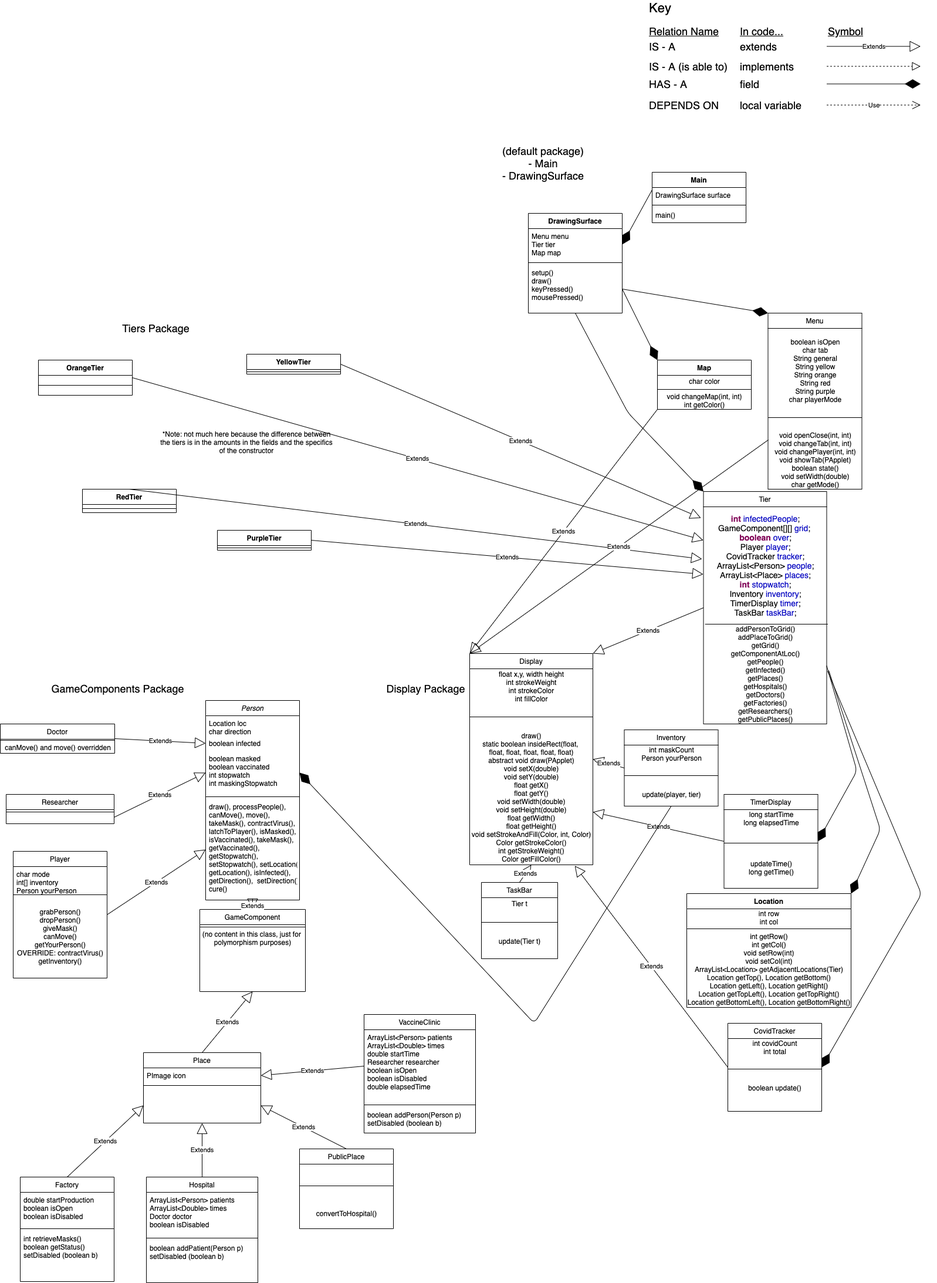
HHSAPCompSci2020/capstone-project-mask-on-capstone keeps this draw.io diagram as Mask On/doc/MaskOn!_UML.png. Above is the earlier version. Source tidied: cells renumbered, new cells last; positions are measured from the earlier drawing's top-left corner, leaving out a move shared by most shapes.
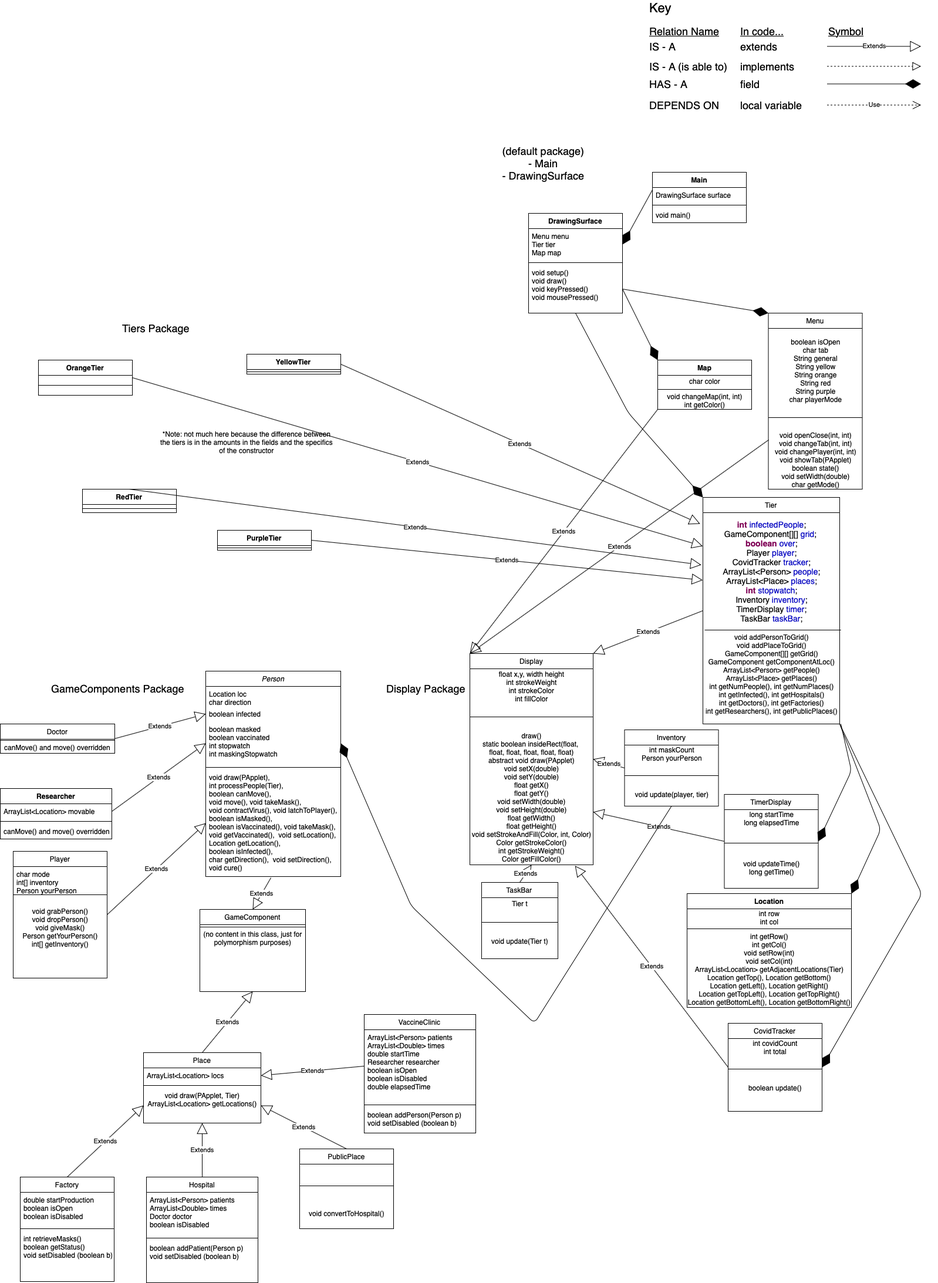
After the commit.

Commit message:
researcher moves randomly, updated uml

What changed in the source:
```diff
@@ -5,18 +5,18 @@
     <mxCell id="2" value="Person" style="swimlane;fontStyle=2;align=center;verticalAlign=top;horizontal=1;startSize=26;rounded=0;shadow=0;strokeWidth=1;" parent="1" vertex="1">
-      <mxGeometry x="350" y="1190" width="160" height="340" as="geometry" />
+      <mxGeometry x="350" y="1140" width="230" height="350" as="geometry" />
     </mxCell>
     <mxCell id="3" value="Location loc&#10;char direction" style="text;align=left;verticalAlign=top;spacingLeft=4;spacingRight=4;overflow=hidden;" parent="2" vertex="1">
-      <mxGeometry y="26" width="160" height="34" as="geometry" />
+      <mxGeometry y="26" width="230" height="34" as="geometry" />
     </mxCell>
     <mxCell id="4" value="boolean infected&#10;" style="text;align=left;verticalAlign=top;spacingLeft=4;spacingRight=4;overflow=hidden;points=[[0,0.5],[1,0.5]];portConstraint=eastwest;rounded=0;shadow=0;html=0;" parent="2" vertex="1">
-      <mxGeometry y="60" width="160" height="26" as="geometry" />
+      <mxGeometry y="60" width="230" height="26" as="geometry" />
     </mxCell>
     <mxCell id="5" value="boolean masked&#10;boolean vaccinated&#10;int stopwatch&#10;int maskingStopwatch&#10;" style="text;align=left;verticalAlign=top;spacingLeft=4;spacingRight=4;overflow=hidden;points=[[0,0.5],[1,0.5]];portConstraint=eastwest;rounded=0;shadow=0;html=0;" parent="2" vertex="1">
-      <mxGeometry y="86" width="160" height="74" as="geometry" />
+      <mxGeometry y="86" width="230" height="74" as="geometry" />
     </mxCell>
     <mxCell id="6" style="line;html=1;strokeWidth=1;align=left;verticalAlign=middle;spacingTop=-1;spacingLeft=3;spacingRight=3;labelPosition=right;" parent="2" vertex="1">
-      <mxGeometry y="160" width="160" height="8" as="geometry" />
+      <mxGeometry y="160" width="230" height="8" as="geometry" />
     </mxCell>
-    <mxCell id="7" value="draw(), processPeople(), &#10;canMove(), move(),&#10;takeMask(), contractVirus(),&#10;latchToPlayer(), isMasked(),&#10;isVaccinated(), takeMask(),&#10;getVaccinated(),&#10;getStopwatch(), &#10;setStopwatch(), setLocation(), &#10;getLocation(), isInfected(),&#10;getDirection(),  setDirection(), &#10;cure()&#10;" style="text;align=left;verticalAlign=top;spacingLeft=4;spacingRight=4;overflow=hidden;points=[[0,0.5],[1,0.5]];portConstraint=eastwest;" parent="2" vertex="1">
-      <mxGeometry y="168" width="160" height="172" as="geometry" />
+    <mxCell id="7" value="void draw(PApplet), &#10;int processPeople(Tier), &#10;boolean canMove(), &#10;void move(), void takeMask(), &#10;void contractVirus(), void latchToPlayer(),&#10;boolean isMasked(),&#10;boolean isVaccinated(), void takeMask(),&#10;void getVaccinated(),  void setLocation(), &#10;Location getLocation(), &#10;boolean isInfected(),&#10;char getDirection(),  void setDirection(), &#10;void cure()&#10;" style="text;align=left;verticalAlign=top;spacingLeft=4;spacingRight=4;overflow=hidden;points=[[0,0.5],[1,0.5]];portConstraint=eastwest;" parent="2" vertex="1">
+      <mxGeometry y="168" width="230" height="182" as="geometry" />
     </mxCell>
@@ -31,8 +31,2 @@
     </mxCell>
-    <mxCell id="11" value="Researcher" style="swimlane;fontStyle=0;align=center;verticalAlign=top;horizontal=1;startSize=26;rounded=0;shadow=0;strokeWidth=1;" parent="1" vertex="1">
-      <mxGeometry x="10" y="1350" width="184" height="50" as="geometry" />
-    </mxCell>
-    <mxCell id="12" style="line;html=1;strokeWidth=1;align=left;verticalAlign=middle;spacingTop=-1;spacingLeft=3;spacingRight=3;labelPosition=right;" parent="11" vertex="1">
-      <mxGeometry y="26" width="184" height="8" as="geometry" />
-    </mxCell>
     <mxCell id="13" value="Player" style="swimlane;fontStyle=0;align=center;verticalAlign=top;horizontal=1;startSize=26;rounded=0;shadow=0;strokeWidth=1;" parent="1" vertex="1">
@@ -46,4 +40,4 @@
     </mxCell>
-    <mxCell id="16" value="&lt;br&gt;grabPerson()&lt;br&gt;dropPerson()&lt;br&gt;giveMask()&lt;br&gt;canMove()&lt;br&gt;getYourPerson()&lt;br&gt;OVERRIDE: contractVirus()&lt;br&gt;getInventory()" style="text;html=1;align=center;verticalAlign=middle;strokeColor=none;" parent="13" vertex="1">
-      <mxGeometry y="78" width="160" height="120" as="geometry" />
+    <mxCell id="16" value="&lt;br&gt;void grabPerson()&lt;br&gt;void dropPerson()&lt;br&gt;void giveMask()&lt;br&gt;Person getYourPerson()&lt;br&gt;int[] getInventory()" style="text;html=1;align=center;verticalAlign=middle;strokeColor=none;" parent="13" vertex="1">
+      <mxGeometry y="78" width="160" height="90" as="geometry" />
     </mxCell>
@@ -124,6 +118,4 @@
     </mxCell>
-    <mxCell id="38" value="Extends" style="endArrow=block;endSize=16;endFill=0;html=1;exitX=1;exitY=0.5;exitDx=0;exitDy=0;entryX=0;entryY=0.5;entryDx=0;entryDy=0;" parent="1" edge="1" target="5">
-      <mxGeometry relative="1" as="geometry">
-        <mxPoint x="194" y="1389" as="sourcePoint" />
-      </mxGeometry>
+    <mxCell id="38" value="Extends" style="endArrow=block;endSize=16;endFill=0;html=1;exitX=1;exitY=0.5;exitDx=0;exitDy=0;entryX=0;entryY=0.5;entryDx=0;entryDy=0;" parent="1" edge="1" source="140" target="5">
+      <mxGeometry relative="1" as="geometry" />
     </mxCell>
@@ -138,3 +130,3 @@
     </mxCell>
-    <mxCell id="42" value="Extends" style="endArrow=block;endSize=16;endFill=0;html=1;exitX=0.5;exitY=1.024;exitDx=0;exitDy=0;entryX=0.5;entryY=0;entryDx=0;entryDy=0;exitPerimeter=0;" parent="1" edge="1" source="7" target="39">
+    <mxCell id="42" value="Extends" style="endArrow=block;endSize=16;endFill=0;html=1;entryX=0.5;entryY=0;entryDx=0;entryDy=0;exitX=0.483;exitY=1.011;exitDx=0;exitDy=0;exitPerimeter=0;" parent="1" edge="1" source="7" target="39">
       <mxGeometry relative="1" as="geometry" />
@@ -144,3 +136,3 @@
     </mxCell>
-    <mxCell id="44" value="PImage icon" style="text;align=left;verticalAlign=top;spacingLeft=4;spacingRight=4;overflow=hidden;points=[[0,0.5],[1,0.5]];portConstraint=eastwest;" parent="43" vertex="1">
+    <mxCell id="44" value="ArrayList&lt;Location&gt; locs" style="text;align=left;verticalAlign=top;spacingLeft=4;spacingRight=4;overflow=hidden;points=[[0,0.5],[1,0.5]];portConstraint=eastwest;" parent="43" vertex="1">
       <mxGeometry y="26" width="200" height="26" as="geometry" />
@@ -159,3 +151,3 @@
     </mxCell>
-    <mxCell id="49" value="boolean addPatient(Person p)&#10;setDisabled (boolean b)" style="text;align=left;verticalAlign=top;spacingLeft=4;spacingRight=4;overflow=hidden;" parent="46" vertex="1">
+    <mxCell id="49" value="boolean addPatient(Person p)&#10;void setDisabled (boolean b)" style="text;align=left;verticalAlign=top;spacingLeft=4;spacingRight=4;overflow=hidden;" parent="46" vertex="1">
       <mxGeometry y="108" width="190" height="44" as="geometry" />
@@ -171,3 +163,3 @@
     </mxCell>
-    <mxCell id="53" value="int retrieveMasks()&#10;boolean getStatus()&#10;setDisabled (boolean b)" style="text;align=left;verticalAlign=top;spacingLeft=4;spacingRight=4;overflow=hidden;" parent="50" vertex="1">
+    <mxCell id="53" value="int retrieveMasks()&#10;boolean getStatus()&#10;void setDisabled (boolean b)" style="text;align=left;verticalAlign=top;spacingLeft=4;spacingRight=4;overflow=hidden;" parent="50" vertex="1">
       <mxGeometry y="92" width="160" height="58" as="geometry" />
@@ -246,3 +238,3 @@
     </mxCell>
-    <mxCell id="78" value="update(player, tier)" style="text;html=1;align=center;verticalAlign=middle;strokeColor=none;" parent="75" vertex="1">
+    <mxCell id="78" value="void update(player, tier)" style="text;html=1;align=center;verticalAlign=middle;strokeColor=none;" parent="75" vertex="1">
       <mxGeometry y="100" width="160" height="20" as="geometry" />
@@ -250,9 +242,9 @@
     <mxCell id="79" value="Tier" style="swimlane;fontStyle=0;align=center;verticalAlign=top;horizontal=1;startSize=26;rounded=0;shadow=0;strokeWidth=1;" parent="1" vertex="1">
-      <mxGeometry x="1198.5" y="834" width="210" height="396" as="geometry" />
+      <mxGeometry x="1197" y="844" width="233" height="386" as="geometry" />
     </mxCell>
     <mxCell id="80" value="&lt;p class=&quot;p1&quot; style=&quot;margin: 0px ; font-stretch: normal ; line-height: normal ; color: rgb(0 , 0 , 192) ; font-size: 14px&quot;&gt;&lt;span class=&quot;s1&quot; style=&quot;color: rgb(127 , 0 , 85)&quot;&gt;&lt;b&gt;int&lt;/b&gt;&lt;/span&gt;&lt;span class=&quot;s2&quot; style=&quot;color: rgb(0 , 0 , 0)&quot;&gt; &lt;/span&gt;infectedPeople&lt;span class=&quot;s2&quot; style=&quot;color: rgb(0 , 0 , 0)&quot;&gt;;&lt;/span&gt;&lt;/p&gt;&lt;p class=&quot;p2&quot; style=&quot;margin: 0px ; font-stretch: normal ; line-height: normal ; color: rgb(63 , 127 , 95) ; font-size: 14px&quot;&gt;&lt;span class=&quot;s2&quot; style=&quot;color: rgb(0 , 0 , 0)&quot;&gt;GameComponent[][] &lt;/span&gt;&lt;span class=&quot;s3&quot; style=&quot;color: rgb(0 , 0 , 192)&quot;&gt;grid&lt;/span&gt;&lt;span class=&quot;s2&quot; style=&quot;color: rgb(0 , 0 , 0)&quot;&gt;;&amp;nbsp;&lt;/span&gt;&lt;/p&gt;&lt;p class=&quot;p3&quot; style=&quot;margin: 0px ; font-stretch: normal ; line-height: normal ; color: rgb(127 , 0 , 85) ; font-size: 14px&quot;&gt;&lt;b&gt;boolean&lt;/b&gt;&lt;span class=&quot;s2&quot; style=&quot;color: rgb(0 , 0 , 0)&quot;&gt; &lt;/span&gt;&lt;span class=&quot;s3&quot; style=&quot;color: rgb(0 , 0 , 192)&quot;&gt;over&lt;/span&gt;&lt;span class=&quot;s2&quot; style=&quot;color: rgb(0 , 0 , 0)&quot;&gt;;&lt;/span&gt;&lt;/p&gt;&lt;p class=&quot;p4&quot; style=&quot;margin: 0px ; font-stretch: normal ; line-height: normal ; font-size: 14px&quot;&gt;Player &lt;span class=&quot;s3&quot; style=&quot;color: rgb(0 , 0 , 192)&quot;&gt;player&lt;/span&gt;;&lt;/p&gt;&lt;p class=&quot;p4&quot; style=&quot;margin: 0px ; font-stretch: normal ; line-height: normal ; font-size: 14px&quot;&gt;CovidTracker &lt;span class=&quot;s3&quot; style=&quot;color: rgb(0 , 0 , 192)&quot;&gt;tracker&lt;/span&gt;;&lt;/p&gt;&lt;p class=&quot;p4&quot; style=&quot;margin: 0px ; font-stretch: normal ; line-height: normal ; font-size: 14px&quot;&gt;ArrayList&amp;lt;Person&amp;gt; &lt;span class=&quot;s3&quot; style=&quot;color: rgb(0 , 0 , 192)&quot;&gt;people&lt;/span&gt;;&lt;/p&gt;&lt;p class=&quot;p4&quot; style=&quot;margin: 0px ; font-stretch: normal ; line-height: normal ; font-size: 14px&quot;&gt;ArrayList&amp;lt;Place&amp;gt; &lt;span class=&quot;s3&quot; style=&quot;color: rgb(0 , 0 , 192)&quot;&gt;places&lt;/span&gt;;&lt;/p&gt;&lt;p class=&quot;p3&quot; style=&quot;margin: 0px ; font-stretch: normal ; line-height: normal ; color: rgb(127 , 0 , 85) ; font-size: 14px&quot;&gt;&lt;b&gt;int&lt;/b&gt;&lt;span class=&quot;s2&quot; style=&quot;color: rgb(0 , 0 , 0)&quot;&gt; &lt;/span&gt;&lt;span class=&quot;s3&quot; style=&quot;color: rgb(0 , 0 , 192)&quot;&gt;stopwatch&lt;/span&gt;&lt;span class=&quot;s2&quot; style=&quot;color: rgb(0 , 0 , 0)&quot;&gt;;&lt;/span&gt;&lt;/p&gt;&lt;p class=&quot;p4&quot; style=&quot;margin: 0px ; font-stretch: normal ; line-height: normal ; font-size: 14px&quot;&gt;Inventory &lt;span class=&quot;s3&quot; style=&quot;color: rgb(0 , 0 , 192)&quot;&gt;inventory&lt;/span&gt;;&lt;/p&gt;&lt;p class=&quot;p4&quot; style=&quot;margin: 0px ; font-stretch: normal ; line-height: normal ; font-size: 14px&quot;&gt;TimerDisplay &lt;span class=&quot;s3&quot; style=&quot;color: rgb(0 , 0 , 192)&quot;&gt;timer&lt;/span&gt;;&lt;/p&gt;&lt;p class=&quot;p4&quot; style=&quot;margin: 0px ; font-stretch: normal ; line-height: normal ; font-size: 14px&quot;&gt;TaskBar &lt;span class=&quot;s3&quot; style=&quot;color: rgb(0 , 0 , 192)&quot;&gt;taskBar&lt;/span&gt;;&lt;/p&gt;" style="text;html=1;align=center;verticalAlign=middle;points=[];strokeColor=none;" parent="79" vertex="1">
-      <mxGeometry y="26" width="210" height="200" as="geometry" />
+      <mxGeometry y="26" width="233" height="200" as="geometry" />
     </mxCell>
-    <mxCell id="81" value="addPersonToGrid()&lt;br&gt;addPlaceToGrid()&lt;br&gt;getGrid()&lt;br&gt;getComponentAtLoc()&lt;br&gt;getPeople()&lt;br&gt;getInfected()&lt;br&gt;getPlaces()&lt;br&gt;getHospitals()&lt;br&gt;getDoctors()&lt;br&gt;getFactories()&lt;br&gt;getResearchers()&lt;br&gt;getPublicPlaces()" style="text;html=1;align=center;verticalAlign=middle;points=[];strokeColor=none;" parent="79" vertex="1">
-      <mxGeometry y="226" width="210" height="170" as="geometry" />
+    <mxCell id="81" value="void addPersonToGrid()&lt;br&gt;void addPlaceToGrid()&lt;br&gt;GameComponent[][] getGrid()&lt;br&gt;GameComponent getComponentAtLoc()&lt;br&gt;ArrayList&amp;lt;Person&amp;gt; getPeople()&lt;br&gt;ArrayList&amp;lt;Place&amp;gt; getPlaces()&lt;br&gt;int getNumPeople(),&amp;nbsp;int getNumPlaces()&lt;br&gt;int getInfected(),&amp;nbsp;int getHospitals()&lt;br&gt;int getDoctors(),&amp;nbsp;int getFactories()&lt;br&gt;int getResearchers(),&amp;nbsp;int getPublicPlaces()" style="text;html=1;align=center;verticalAlign=middle;points=[];strokeColor=none;" parent="79" vertex="1">
+      <mxGeometry y="226" width="233" height="150" as="geometry" />
     </mxCell>
@@ -270,3 +262,3 @@
     </mxCell>
-    <mxCell id="86" value="updateTime()&lt;br&gt;long getTime()" style="text;html=1;align=center;verticalAlign=middle;strokeColor=none;" parent="83" vertex="1">
+    <mxCell id="86" value="void updateTime()&lt;br&gt;long getTime()" style="text;html=1;align=center;verticalAlign=middle;strokeColor=none;" parent="83" vertex="1">
       <mxGeometry y="110" width="160" height="30" as="geometry" />
@@ -279,3 +271,3 @@
     </mxCell>
-    <mxCell id="89" value="convertToHospital()" style="text;html=1;align=center;verticalAlign=middle;strokeColor=none;" parent="87" vertex="1">
+    <mxCell id="89" value="void convertToHospital()" style="text;html=1;align=center;verticalAlign=middle;strokeColor=none;" parent="87" vertex="1">
       <mxGeometry y="100" width="160" height="20" as="geometry" />
@@ -323,5 +315,4 @@
     </mxCell>
-    <mxCell id="103" style="endArrow=diamondThin;endFill=1;endSize=24;html=1;entryX=1;entryY=0.5;entryDx=0;entryDy=0;" parent="1" edge="1" target="67">
+    <mxCell id="103" style="endArrow=diamondThin;endFill=1;endSize=24;html=1;entryX=1;entryY=0.5;entryDx=0;entryDy=0;exitX=1;exitY=1;exitDx=0;exitDy=0;" parent="1" edge="1" source="79" target="67">
       <mxGeometry relative="1" as="geometry">
-        <mxPoint x="1410" y="1140" as="sourcePoint" />
         <Array as="points">
@@ -343,3 +334,3 @@
     </mxCell>
-    <mxCell id="108" style="endArrow=diamondThin;endFill=1;endSize=24;html=1;exitX=1.017;exitY=0.465;exitDx=0;exitDy=0;entryX=1;entryY=0;entryDx=0;entryDy=0;exitPerimeter=0;" parent="1" edge="1" source="81" target="104">
+    <mxCell id="108" style="endArrow=diamondThin;endFill=1;endSize=24;html=1;exitX=1;exitY=1;exitDx=0;exitDy=0;entryX=1;entryY=0;entryDx=0;entryDy=0;" parent="1" edge="1" source="79" target="104">
       <mxGeometry relative="1" as="geometry">
@@ -359,3 +350,3 @@
     </mxCell>
-    <mxCell id="112" value="setup()&#10;draw()&#10;keyPressed()&#10;mousePressed()" style="text;strokeColor=none;fillColor=none;align=left;verticalAlign=top;spacingLeft=4;spacingRight=4;overflow=hidden;points=[[0,0.5],[1,0.5]];portConstraint=eastwest;" parent="109" vertex="1">
+    <mxCell id="112" value="void setup()&#10;void draw()&#10;void keyPressed()&#10;void mousePressed()" style="text;strokeColor=none;fillColor=none;align=left;verticalAlign=top;spacingLeft=4;spacingRight=4;overflow=hidden;points=[[0,0.5],[1,0.5]];portConstraint=eastwest;" parent="109" vertex="1">
       <mxGeometry y="88" width="160" height="82" as="geometry" />
@@ -371,3 +362,3 @@
     </mxCell>
-    <mxCell id="116" value="main()" style="text;strokeColor=none;fillColor=none;align=left;verticalAlign=top;spacingLeft=4;spacingRight=4;overflow=hidden;" parent="113" vertex="1">
+    <mxCell id="116" value="void main()" style="text;strokeColor=none;fillColor=none;align=left;verticalAlign=top;spacingLeft=4;spacingRight=4;overflow=hidden;" parent="113" vertex="1">
       <mxGeometry y="60" width="160" height="26" as="geometry" />
@@ -401,3 +392,3 @@
     </mxCell>
-    <mxCell id="124" value="update(Tier t)" style="text;html=1;align=center;verticalAlign=middle;strokeColor=none;" parent="121" vertex="1">
+    <mxCell id="124" value="void update(Tier t)" style="text;html=1;align=center;verticalAlign=middle;strokeColor=none;" parent="121" vertex="1">
       <mxGeometry y="90" width="130" height="20" as="geometry" />
@@ -413,3 +404,3 @@
     </mxCell>
-    <mxCell id="128" value="boolean addPerson(Person p)&#10;setDisabled (boolean b)&#10;" style="text;align=left;verticalAlign=top;spacingLeft=4;spacingRight=4;overflow=hidden;" parent="125" vertex="1">
+    <mxCell id="128" value="boolean addPerson(Person p)&#10;void setDisabled (boolean b)&#10;" style="text;align=left;verticalAlign=top;spacingLeft=4;spacingRight=4;overflow=hidden;" parent="125" vertex="1">
       <mxGeometry y="158" width="190" height="44" as="geometry" />
@@ -422,6 +413,7 @@
     </mxCell>
-    <mxCell id="131" style="endArrow=diamondThin;endFill=1;endSize=24;html=1;exitX=1;exitY=0.75;exitDx=0;exitDy=0;entryX=1;entryY=0.5;entryDx=0;entryDy=0;" parent="1" edge="1" source="79" target="83">
+    <mxCell id="131" style="endArrow=diamondThin;endFill=1;endSize=24;html=1;entryX=1;entryY=0.5;entryDx=0;entryDy=0;" parent="1" edge="1" target="83">
       <mxGeometry relative="1" as="geometry">
+        <mxPoint x="1432" y="1230" as="sourcePoint" />
         <Array as="points">
-          <mxPoint x="1460" y="1310" />
+          <mxPoint x="1450" y="1310" />
         </Array>
@@ -448,2 +440,3 @@
           <mxPoint x="910" y="1740" />
+          <mxPoint x="700" y="1540" />
         </Array>
@@ -454,2 +447,17 @@
     </mxCell>
+    <mxCell id="139" value="void draw(PApplet, Tier)&lt;br&gt;ArrayList&amp;lt;Location&amp;gt; getLocations()" style="text;html=1;align=center;verticalAlign=middle;strokeColor=none;" parent="1" vertex="1">
+      <mxGeometry x="244" y="1855" width="200" height="30" as="geometry" />
+    </mxCell>
+    <mxCell id="11" value="Researcher" style="swimlane;fontStyle=1;align=center;verticalAlign=top;horizontal=1;startSize=26;" parent="1" vertex="1">
+      <mxGeometry y="1340" width="190" height="86" as="geometry" />
+    </mxCell>
+    <mxCell id="140" value="ArrayList&lt;Location&gt; movable" style="text;strokeColor=none;fillColor=none;align=left;verticalAlign=top;spacingLeft=4;spacingRight=4;overflow=hidden;points=[[0,0.5],[1,0.5]];portConstraint=eastwest;" parent="11" vertex="1">
+      <mxGeometry y="26" width="190" height="26" as="geometry" />
+    </mxCell>
+    <mxCell id="141" style="line;strokeWidth=1;fillColor=none;align=left;verticalAlign=middle;spacingTop=-1;spacingLeft=3;spacingRight=3;labelPosition=right;" parent="11" vertex="1">
+      <mxGeometry y="52" width="190" height="8" as="geometry" />
+    </mxCell>
+    <mxCell id="142" value="canMove() and move() overridden" style="text;strokeColor=none;fillColor=none;align=left;verticalAlign=top;spacingLeft=4;spacingRight=4;overflow=hidden;" parent="11" vertex="1">
+      <mxGeometry y="60" width="190" height="26" as="geometry" />
+    </mxCell>
   </root>
```
